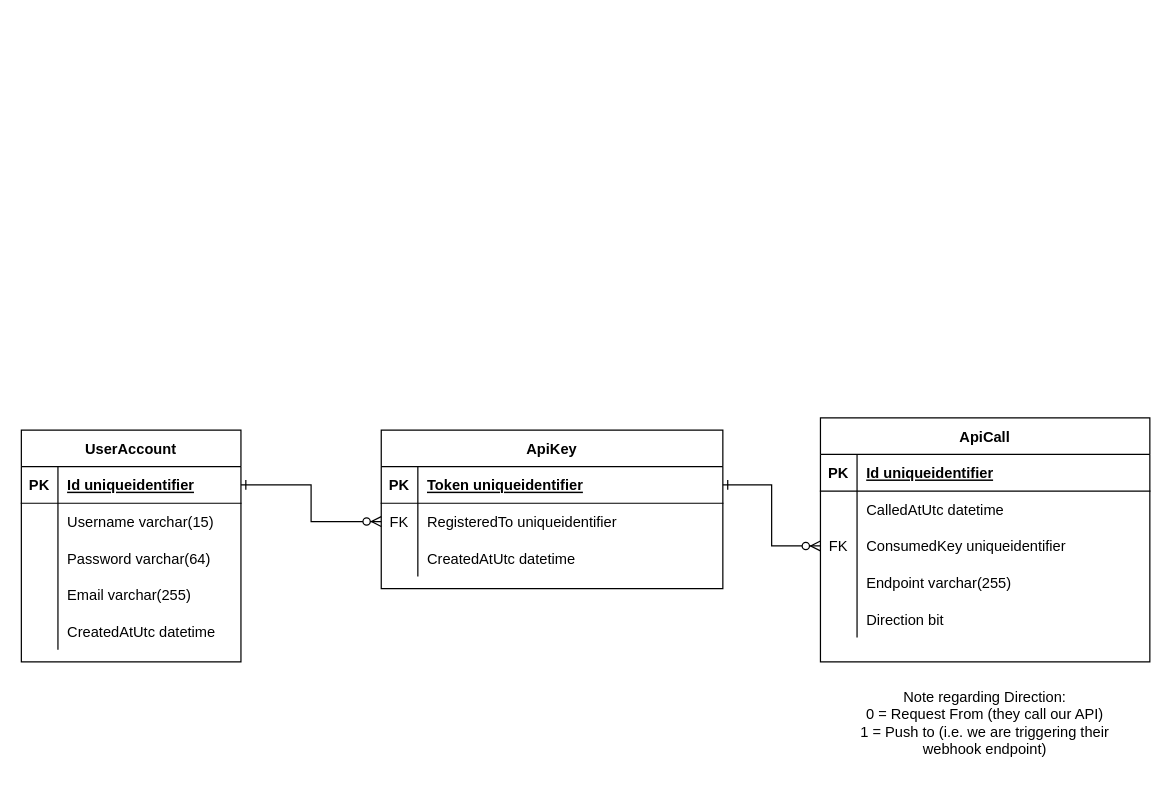
Before: page "User-Related" (3 of 3) of AletheiaErd.drawio in TimHanewich/Aletheia-Engine-Library, a draw.io diagram. Source tidied: cells renumbered, new cells numbered last; positions are measured from the earlier drawing's top-left corner, leaving out a move shared by most shapes. Both pictures are drawn from the tidied source at 122%, with x=0, y=0 at pixel (21, 417).
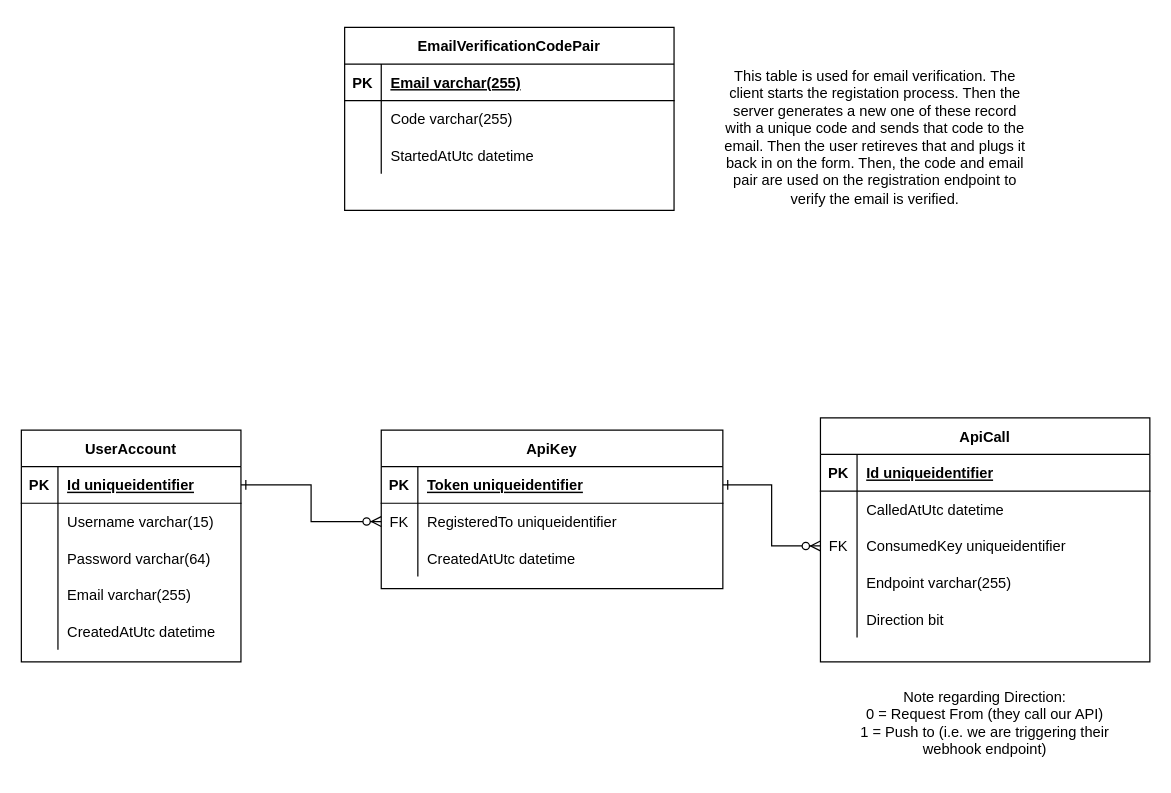
The same diagram, later.

Commit message (it also covers changes not shown here):
Added email verification code pair to code and ERD

The edit, as a diff of the source:
```diff
@@
+    <mxCell id="47" value="EmailVerificationCodePair" style="shape=table;startSize=30;childLayout=tableLayout;rowLines=0;fontStyle=1;align=center;" parent="1" vertex="1">
+      <mxGeometry x="265" y="-320" width="270" height="150" as="geometry" />
+    </mxCell>
+    <mxCell id="48" style="shape=partialRectangle;fillColor=none;top=0;left=0;bottom=1;right=0;" parent="47" vertex="1">
+      <mxGeometry y="30" width="270" height="30" as="geometry" />
+    </mxCell>
+    <mxCell id="49" value="PK" style="shape=partialRectangle;fillColor=none;top=0;left=0;bottom=0;right=0;fontStyle=1;overflow=hidden;" parent="48" vertex="1">
+      <mxGeometry width="30" height="30" as="geometry" />
+    </mxCell>
+    <mxCell id="50" value="Email varchar(255)" style="shape=partialRectangle;fillColor=none;top=0;left=0;bottom=0;right=0;align=left;spacingLeft=6;fontStyle=5;overflow=hidden;" parent="48" vertex="1">
+      <mxGeometry x="30" width="240" height="30" as="geometry" />
+    </mxCell>
+    <mxCell id="51" style="shape=partialRectangle;fillColor=none;top=0;left=0;bottom=0;right=0;" parent="47" vertex="1">
+      <mxGeometry y="60" width="270" height="30" as="geometry" />
+    </mxCell>
+    <mxCell id="52" style="shape=partialRectangle;fillColor=none;top=0;left=0;bottom=0;right=0;overflow=hidden;" parent="51" vertex="1">
+      <mxGeometry width="30" height="30" as="geometry" />
+    </mxCell>
+    <mxCell id="53" value="Code varchar(255)" style="shape=partialRectangle;fillColor=none;top=0;left=0;bottom=0;right=0;align=left;spacingLeft=6;overflow=hidden;" parent="51" vertex="1">
+      <mxGeometry x="30" width="240" height="30" as="geometry" />
+    </mxCell>
+    <mxCell id="54" style="shape=partialRectangle;fillColor=none;top=0;left=0;bottom=0;right=0;" parent="47" vertex="1">
+      <mxGeometry y="90" width="270" height="30" as="geometry" />
+    </mxCell>
+    <mxCell id="55" style="shape=partialRectangle;fillColor=none;top=0;left=0;bottom=0;right=0;overflow=hidden;" parent="54" vertex="1">
+      <mxGeometry width="30" height="30" as="geometry" />
+    </mxCell>
+    <mxCell id="56" value="StartedAtUtc datetime" style="shape=partialRectangle;fillColor=none;top=0;left=0;bottom=0;right=0;align=left;spacingLeft=6;overflow=hidden;" parent="54" vertex="1">
+      <mxGeometry x="30" width="240" height="30" as="geometry" />
+    </mxCell>
+    <mxCell id="57" value="This table is used for email verification. The client starts the registation process. Then the server generates a new one of these record with a unique code and sends that code to the email. Then the user retireves that and plugs it back in on the form. Then, the code and email pair are used on the registration endpoint to verify the email is verified." style="text;html=1;strokeColor=none;fillColor=none;align=center;verticalAlign=middle;whiteSpace=wrap;rounded=0;" parent="1" vertex="1">
+      <mxGeometry x="575" y="-325" width="250" height="190" as="geometry" />
+    </mxCell>
```
